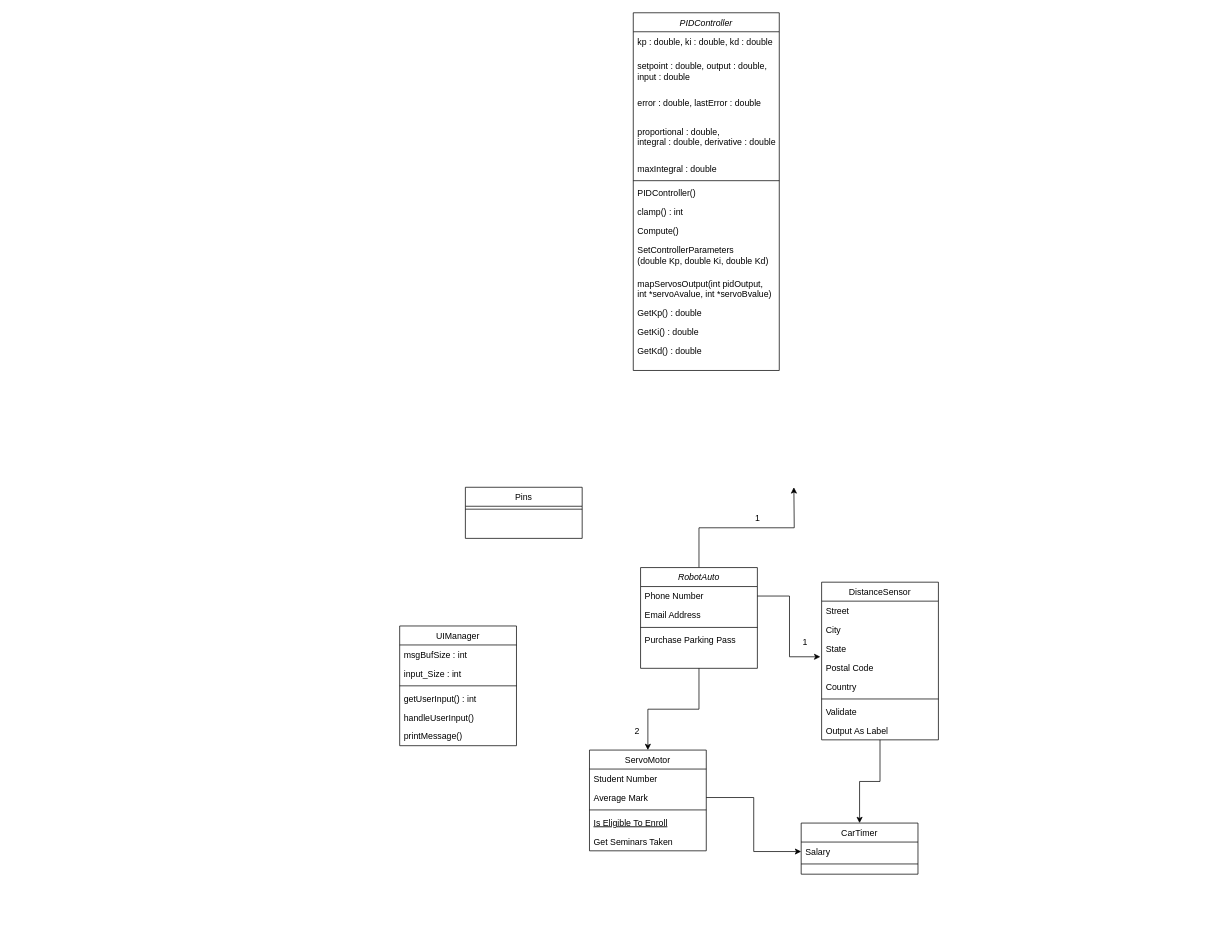
Earlier version of the draw.io diagram Embedded systems/Closed loop challenge/Closed Loop abstractielaag klassendiagram.drawio (TiemonS/Tiemon-Steeghs-Semester-3-Repository). Source tidied: cells renumbered, new cells numbered last; positions are measured from the earlier drawing's top-left corner, leaving out a move shared by most shapes. Both pictures are drawn from the tidied source at 73%, with x=0, y=0 at pixel (399, 12).
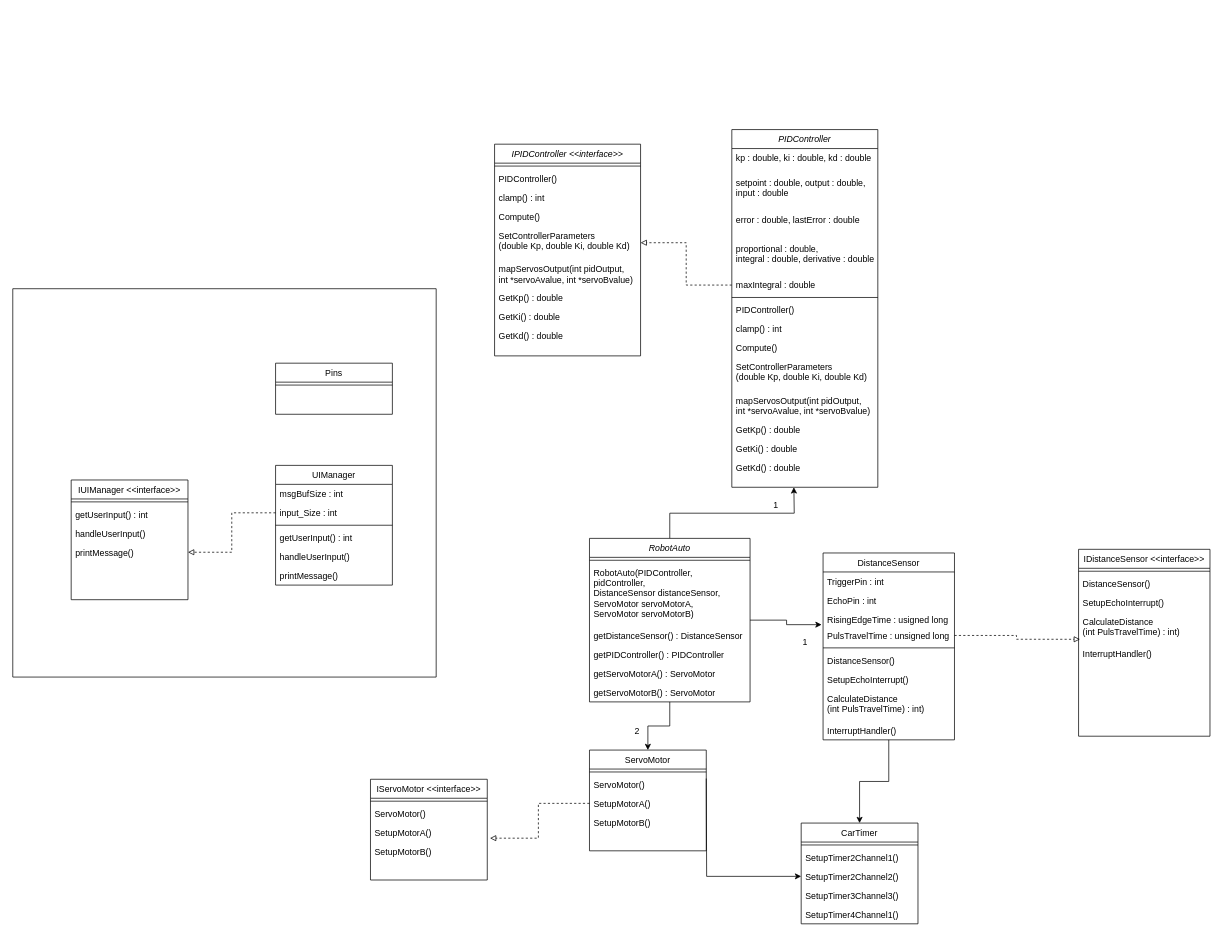
The same page after the edit.

Commit message (it also covers changes not shown here):
COM Sharing resources update code + documentatie

The change refers to these unchanged cells:
```xml
<mxCell id="7" value="maxIntegral : double" style="text;align=left;verticalAlign=top;spacingLeft=4;spacingRight=4;overflow=hidden;points=[[0,0.5],[1,0.5]];portConstraint=eastwest;rounded=0;shadow=0;html=0;" parent="2" vertex="1">
  <mxGeometry y="200" width="200" height="26" as="geometry" />
</mxCell>
<mxCell id="17" value="ServoMotor" style="swimlane;fontStyle=0;align=center;verticalAlign=top;horizontal=1;startSize=26;rounded=0;shadow=0;strokeWidth=1;" parent="1" vertex="1">
  <mxGeometry x="260" y="1010" width="160" height="138" as="geometry" />
</mxCell>
<mxCell id="39" value="input_Size : int" style="text;align=left;verticalAlign=top;spacingLeft=4;spacingRight=4;overflow=hidden;points=[[0,0.5],[1,0.5]];portConstraint=eastwest;rounded=0;shadow=0;html=0;" parent="37" vertex="1">
  <mxGeometry y="52" width="160" height="26" as="geometry" />
</mxCell>
```

Diff of the diagram source:
```diff
@@
     <mxCell id="2" value="PIDController" style="swimlane;fontStyle=2;align=center;verticalAlign=top;horizontal=1;startSize=26;rounded=0;shadow=0;strokeWidth=1;" parent="1" vertex="1">
-      <mxGeometry x="320" width="200" height="490" as="geometry" />
+      <mxGeometry x="455" y="160" width="200" height="490" as="geometry" />
     </mxCell>
@@
-    <mxCell id="18" value="Student Number" style="text;align=left;verticalAlign=top;spacingLeft=4;spacingRight=4;overflow=hidden;" parent="17" vertex="1">
-      <mxGeometry y="26" width="160" height="26" as="geometry" />
-    </mxCell>
-    <mxCell id="19" value="Average Mark" style="text;align=left;verticalAlign=top;spacingLeft=4;spacingRight=4;overflow=hidden;points=[[0,0.5],[1,0.5]];portConstraint=eastwest;rounded=0;shadow=0;html=0;" parent="17" vertex="1">
-      <mxGeometry y="52" width="160" height="26" as="geometry" />
-    </mxCell>
     <mxCell id="20" style="line;html=1;strokeWidth=1;align=left;verticalAlign=middle;spacingTop=-1;spacingLeft=3;spacingRight=3;labelPosition=right;" parent="17" vertex="1">
-      <mxGeometry y="78" width="160" height="8" as="geometry" />
+      <mxGeometry y="26" width="160" height="8" as="geometry" />
     </mxCell>
-    <mxCell id="21" value="Is Eligible To Enroll" style="text;align=left;verticalAlign=top;spacingLeft=4;spacingRight=4;overflow=hidden;fontStyle=4;" parent="17" vertex="1">
-      <mxGeometry y="86" width="160" height="26" as="geometry" />
+    <mxCell id="21" value="ServoMotor()" style="text;align=left;verticalAlign=top;spacingLeft=4;spacingRight=4;overflow=hidden;fontStyle=0;" parent="17" vertex="1">
+      <mxGeometry y="34" width="160" height="26" as="geometry" />
     </mxCell>
-    <mxCell id="22" value="Get Seminars Taken" style="text;align=left;verticalAlign=top;spacingLeft=4;spacingRight=4;overflow=hidden;points=[[0,0.5],[1,0.5]];portConstraint=eastwest;" parent="17" vertex="1">
-      <mxGeometry y="112" width="160" height="26" as="geometry" />
+    <mxCell id="22" value="SetupMotorA()" style="text;align=left;verticalAlign=top;spacingLeft=4;spacingRight=4;overflow=hidden;points=[[0,0.5],[1,0.5]];portConstraint=eastwest;" parent="17" vertex="1">
+      <mxGeometry y="60" width="160" height="26" as="geometry" />
     </mxCell>
+    <mxCell id="57" value="SetupMotorB()" style="text;align=left;verticalAlign=top;spacingLeft=4;spacingRight=4;overflow=hidden;" parent="17" vertex="1">
+      <mxGeometry y="86" width="160" height="26" as="geometry" />
+    </mxCell>
     <mxCell id="23" value="CarTimer" style="swimlane;fontStyle=0;align=center;verticalAlign=top;horizontal=1;startSize=26;rounded=0;shadow=0;strokeWidth=1;" parent="1" vertex="1">
-      <mxGeometry x="550" y="1110" width="160" height="70" as="geometry" />
+      <mxGeometry x="550" y="1110" width="160" height="138" as="geometry" />
     </mxCell>
-    <mxCell id="24" value="Salary" style="text;align=left;verticalAlign=top;spacingLeft=4;spacingRight=4;overflow=hidden;points=[[0,0.5],[1,0.5]];portConstraint=eastwest;" parent="23" vertex="1">
-      <mxGeometry y="26" width="160" height="26" as="geometry" />
-    </mxCell>
     <mxCell id="25" style="line;html=1;strokeWidth=1;align=left;verticalAlign=middle;spacingTop=-1;spacingLeft=3;spacingRight=3;labelPosition=right;" parent="23" vertex="1">
-      <mxGeometry y="52" width="160" height="8" as="geometry" />
+      <mxGeometry y="26" width="160" height="8" as="geometry" />
     </mxCell>
+    <mxCell id="58" value="SetupTimer2Channel1()" style="text;align=left;verticalAlign=top;spacingLeft=4;spacingRight=4;overflow=hidden;" parent="23" vertex="1">
+      <mxGeometry y="34" width="160" height="26" as="geometry" />
+    </mxCell>
+    <mxCell id="59" value="SetupTimer2Channel2()" style="text;align=left;verticalAlign=top;spacingLeft=4;spacingRight=4;overflow=hidden;points=[[0,0.5],[1,0.5]];portConstraint=eastwest;" parent="23" vertex="1">
+      <mxGeometry y="60" width="160" height="26" as="geometry" />
+    </mxCell>
+    <mxCell id="60" value="SetupTimer3Channel3()" style="text;align=left;verticalAlign=top;spacingLeft=4;spacingRight=4;overflow=hidden;" parent="23" vertex="1">
+      <mxGeometry y="86" width="160" height="26" as="geometry" />
+    </mxCell>
+    <mxCell id="61" value="SetupTimer4Channel1()" style="text;align=left;verticalAlign=top;spacingLeft=4;spacingRight=4;overflow=hidden;" parent="23" vertex="1">
+      <mxGeometry y="112" width="160" height="26" as="geometry" />
+    </mxCell>
@@
     <mxCell id="27" value="DistanceSensor" style="swimlane;fontStyle=0;align=center;verticalAlign=top;horizontal=1;startSize=26;rounded=0;shadow=0;strokeWidth=1;" parent="1" vertex="1">
-      <mxGeometry x="578" y="780" width="160" height="216" as="geometry" />
+      <mxGeometry x="580" y="740" width="180" height="256" as="geometry" />
     </mxCell>
-    <mxCell id="28" value="Street" style="text;align=left;verticalAlign=top;spacingLeft=4;spacingRight=4;overflow=hidden;" parent="27" vertex="1">
-      <mxGeometry y="26" width="160" height="26" as="geometry" />
+    <mxCell id="28" value="TriggerPin : int" style="text;align=left;verticalAlign=top;spacingLeft=4;spacingRight=4;overflow=hidden;" parent="27" vertex="1">
+      <mxGeometry y="26" width="180" height="26" as="geometry" />
     </mxCell>
-    <mxCell id="29" value="City" style="text;align=left;verticalAlign=top;spacingLeft=4;spacingRight=4;overflow=hidden;rounded=0;shadow=0;html=0;" parent="27" vertex="1">
-      <mxGeometry y="52" width="160" height="26" as="geometry" />
+    <mxCell id="29" value="EchoPin : int" style="text;align=left;verticalAlign=top;spacingLeft=4;spacingRight=4;overflow=hidden;rounded=0;shadow=0;html=0;" parent="27" vertex="1">
+      <mxGeometry y="52" width="180" height="26" as="geometry" />
     </mxCell>
-    <mxCell id="30" value="State" style="text;align=left;verticalAlign=top;spacingLeft=4;spacingRight=4;overflow=hidden;rounded=0;shadow=0;html=0;" parent="27" vertex="1">
-      <mxGeometry y="78" width="160" height="26" as="geometry" />
+    <mxCell id="30" value="RisingEdgeTime : usigned long" style="text;align=left;verticalAlign=top;spacingLeft=4;spacingRight=4;overflow=hidden;rounded=0;shadow=0;html=0;" parent="27" vertex="1">
+      <mxGeometry y="78" width="180" height="22" as="geometry" />
     </mxCell>
-    <mxCell id="31" value="Postal Code" style="text;align=left;verticalAlign=top;spacingLeft=4;spacingRight=4;overflow=hidden;points=[[0,0.5],[1,0.5]];portConstraint=eastwest;rounded=0;shadow=0;html=0;" parent="27" vertex="1">
-      <mxGeometry y="104" width="160" height="26" as="geometry" />
+    <mxCell id="31" value="PulsTravelTime : unsigned long" style="text;align=left;verticalAlign=top;spacingLeft=4;spacingRight=4;overflow=hidden;points=[[0,0.5],[1,0.5]];portConstraint=eastwest;rounded=0;shadow=0;html=0;" parent="27" vertex="1">
+      <mxGeometry y="100" width="180" height="26" as="geometry" />
     </mxCell>
-    <mxCell id="32" value="Country" style="text;align=left;verticalAlign=top;spacingLeft=4;spacingRight=4;overflow=hidden;rounded=0;shadow=0;html=0;" parent="27" vertex="1">
-      <mxGeometry y="130" width="160" height="26" as="geometry" />
-    </mxCell>
     <mxCell id="33" style="line;html=1;strokeWidth=1;align=left;verticalAlign=middle;spacingTop=-1;spacingLeft=3;spacingRight=3;labelPosition=right;" parent="27" vertex="1">
-      <mxGeometry y="156" width="160" height="8" as="geometry" />
+      <mxGeometry y="126" width="180" height="8" as="geometry" />
     </mxCell>
-    <mxCell id="34" value="Validate" style="text;align=left;verticalAlign=top;spacingLeft=4;spacingRight=4;overflow=hidden;" parent="27" vertex="1">
-      <mxGeometry y="164" width="160" height="26" as="geometry" />
+    <mxCell id="34" value="DistanceSensor()" style="text;align=left;verticalAlign=top;spacingLeft=4;spacingRight=4;overflow=hidden;" parent="27" vertex="1">
+      <mxGeometry y="134" width="180" height="26" as="geometry" />
     </mxCell>
-    <mxCell id="35" value="Output As Label" style="text;align=left;verticalAlign=top;spacingLeft=4;spacingRight=4;overflow=hidden;" parent="27" vertex="1">
-      <mxGeometry y="190" width="160" height="26" as="geometry" />
+    <mxCell id="35" value="SetupEchoInterrupt()" style="text;align=left;verticalAlign=top;spacingLeft=4;spacingRight=4;overflow=hidden;" parent="27" vertex="1">
+      <mxGeometry y="160" width="180" height="26" as="geometry" />
     </mxCell>
+    <mxCell id="62" value="CalculateDistance&#10;(int PulsTravelTime) : int)" style="text;align=left;verticalAlign=top;spacingLeft=4;spacingRight=4;overflow=hidden;" parent="27" vertex="1">
+      <mxGeometry y="186" width="180" height="44" as="geometry" />
+    </mxCell>
+    <mxCell id="63" value="InterruptHandler()" style="text;align=left;verticalAlign=top;spacingLeft=4;spacingRight=4;overflow=hidden;" parent="27" vertex="1">
+      <mxGeometry y="230" width="180" height="26" as="geometry" />
+    </mxCell>
-    <mxCell id="36" style="edgeStyle=orthogonalEdgeStyle;rounded=0;jettySize=auto;html=1;exitX=1;exitY=0.5;exitDx=0;exitDy=0;entryX=0;entryY=0.5;entryDx=0;entryDy=0;" parent="1" edge="1" source="19" target="24">
-      <mxGeometry relative="1" as="geometry" />
+    <mxCell id="36" style="edgeStyle=orthogonalEdgeStyle;rounded=0;jettySize=auto;html=1;exitX=1;exitY=0.5;exitDx=0;exitDy=0;entryX=0;entryY=0.5;entryDx=0;entryDy=0;" parent="1" edge="1" target="59">
+      <mxGeometry relative="1" as="geometry">
+        <mxPoint x="420" y="1049" as="sourcePoint" />
+      </mxGeometry>
     </mxCell>
     <mxCell id="37" value="UIManager" style="swimlane;fontStyle=0;align=center;verticalAlign=top;horizontal=1;startSize=26;rounded=0;shadow=0;strokeWidth=1;" parent="1" vertex="1">
-      <mxGeometry y="840" width="160" height="164" as="geometry" />
+      <mxGeometry x="-170" y="620" width="160" height="164" as="geometry" />
     </mxCell>
@@
     <mxCell id="44" value="Pins" style="swimlane;fontStyle=0;align=center;verticalAlign=top;horizontal=1;startSize=26;rounded=0;shadow=0;strokeWidth=1;" parent="1" vertex="1">
-      <mxGeometry x="90" y="650" width="160" height="70" as="geometry" />
+      <mxGeometry x="-170" y="480" width="160" height="70" as="geometry" />
     </mxCell>
@@
     <mxCell id="48" value="RobotAuto" style="swimlane;fontStyle=2;align=center;verticalAlign=top;horizontal=1;startSize=26;rounded=0;shadow=0;strokeWidth=1;" parent="1" vertex="1">
-      <mxGeometry x="330" y="760" width="160" height="138" as="geometry" />
+      <mxGeometry x="260" y="720" width="220" height="224" as="geometry" />
     </mxCell>
-    <mxCell id="49" value="Phone Number" style="text;align=left;verticalAlign=top;spacingLeft=4;spacingRight=4;overflow=hidden;points=[[0,0.5],[1,0.5]];portConstraint=eastwest;rounded=0;shadow=0;html=0;" parent="48" vertex="1">
-      <mxGeometry y="26" width="160" height="26" as="geometry" />
-    </mxCell>
-    <mxCell id="50" value="Email Address" style="text;align=left;verticalAlign=top;spacingLeft=4;spacingRight=4;overflow=hidden;rounded=0;shadow=0;html=0;" parent="48" vertex="1">
-      <mxGeometry y="52" width="160" height="26" as="geometry" />
-    </mxCell>
     <mxCell id="51" style="line;html=1;strokeWidth=1;align=left;verticalAlign=middle;spacingTop=-1;spacingLeft=3;spacingRight=3;labelPosition=right;" parent="48" vertex="1">
-      <mxGeometry y="78" width="160" height="8" as="geometry" />
+      <mxGeometry y="26" width="220" height="8" as="geometry" />
     </mxCell>
-    <mxCell id="52" value="Purchase Parking Pass" style="text;align=left;verticalAlign=top;spacingLeft=4;spacingRight=4;overflow=hidden;" parent="48" vertex="1">
-      <mxGeometry y="86" width="160" height="26" as="geometry" />
+    <mxCell id="52" value="RobotAuto(PIDController, &#10;pidController, &#10;DistanceSensor distanceSensor, &#10;ServoMotor servoMotorA, &#10;ServoMotor servoMotorB)" style="text;align=left;verticalAlign=top;spacingLeft=4;spacingRight=4;overflow=hidden;" parent="48" vertex="1">
+      <mxGeometry y="34" width="220" height="86" as="geometry" />
     </mxCell>
+    <mxCell id="64" value="getDistanceSensor() : DistanceSensor" style="text;align=left;verticalAlign=top;spacingLeft=4;spacingRight=4;overflow=hidden;fontStyle=0;" parent="48" vertex="1">
+      <mxGeometry y="120" width="220" height="26" as="geometry" />
+    </mxCell>
+    <mxCell id="65" value="getPIDController() : PIDController" style="text;align=left;verticalAlign=top;spacingLeft=4;spacingRight=4;overflow=hidden;fontStyle=0;" parent="48" vertex="1">
+      <mxGeometry y="146" width="220" height="26" as="geometry" />
+    </mxCell>
+    <mxCell id="66" value="getServoMotorA() : ServoMotor" style="text;align=left;verticalAlign=top;spacingLeft=4;spacingRight=4;overflow=hidden;fontStyle=0;" parent="48" vertex="1">
+      <mxGeometry y="172" width="220" height="26" as="geometry" />
+    </mxCell>
+    <mxCell id="67" value="getServoMotorB() : ServoMotor" style="text;align=left;verticalAlign=top;spacingLeft=4;spacingRight=4;overflow=hidden;fontStyle=0;" parent="48" vertex="1">
+      <mxGeometry y="198" width="220" height="26" as="geometry" />
+    </mxCell>
-    <mxCell id="53" style="edgeStyle=orthogonalEdgeStyle;rounded=0;jettySize=auto;html=1;exitX=1;exitY=0.5;exitDx=0;exitDy=0;entryX=-0.011;entryY=-0.069;entryDx=0;entryDy=0;entryPerimeter=0;" parent="1" edge="1" source="49" target="31">
+    <mxCell id="53" style="edgeStyle=orthogonalEdgeStyle;rounded=0;jettySize=auto;html=1;exitX=1;exitY=0.5;exitDx=0;exitDy=0;entryX=-0.011;entryY=-0.069;entryDx=0;entryDy=0;entryPerimeter=0;" parent="1" edge="1" source="48" target="31">
       <mxGeometry relative="1" as="geometry" />
     </mxCell>
@@
     <mxCell id="56" value="1" style="text;html=1;align=center;verticalAlign=middle;strokeColor=none;fillColor=none;" parent="1" vertex="1">
-      <mxGeometry x="475" y="678" width="30" height="30" as="geometry" />
+      <mxGeometry x="500" y="660" width="30" height="30" as="geometry" />
     </mxCell>
+    <mxCell id="68" value="IUIManager &lt;&lt;interface&gt;&gt;" style="swimlane;fontStyle=0;align=center;verticalAlign=top;horizontal=1;startSize=26;rounded=0;shadow=0;strokeWidth=1;" parent="1" vertex="1">
+      <mxGeometry x="-450" y="640" width="160" height="164" as="geometry" />
+    </mxCell>
+    <mxCell id="69" style="line;html=1;strokeWidth=1;align=left;verticalAlign=middle;spacingTop=-1;spacingLeft=3;spacingRight=3;labelPosition=right;" parent="68" vertex="1">
+      <mxGeometry y="26" width="160" height="8" as="geometry" />
+    </mxCell>
+    <mxCell id="70" value="getUserInput() : int" style="text;align=left;verticalAlign=top;spacingLeft=4;spacingRight=4;overflow=hidden;fontStyle=0;" parent="68" vertex="1">
+      <mxGeometry y="34" width="160" height="26" as="geometry" />
+    </mxCell>
+    <mxCell id="71" value="handleUserInput()" style="text;align=left;verticalAlign=top;spacingLeft=4;spacingRight=4;overflow=hidden;" parent="68" vertex="1">
+      <mxGeometry y="60" width="160" height="26" as="geometry" />
+    </mxCell>
+    <mxCell id="72" value="printMessage()" style="text;align=left;verticalAlign=top;spacingLeft=4;spacingRight=4;overflow=hidden;points=[[0,0.5],[1,0.5]];portConstraint=eastwest;" parent="68" vertex="1">
+      <mxGeometry y="86" width="160" height="26" as="geometry" />
+    </mxCell>
+    <mxCell id="73" style="edgeStyle=orthogonalEdgeStyle;rounded=0;jettySize=auto;html=1;exitX=0;exitY=0.5;exitDx=0;exitDy=0;entryX=1;entryY=0.5;entryDx=0;entryDy=0;dashed=1;endArrow=block;endFill=0;" parent="1" edge="1" source="39" target="72">
+      <mxGeometry relative="1" as="geometry" />
+    </mxCell>
+    <mxCell id="74" value="IPIDController &lt;&lt;interface&gt;&gt;" style="swimlane;fontStyle=2;align=center;verticalAlign=top;horizontal=1;startSize=26;rounded=0;shadow=0;strokeWidth=1;" parent="1" vertex="1">
+      <mxGeometry x="130" y="180" width="200" height="290" as="geometry" />
+    </mxCell>
+    <mxCell id="75" style="line;html=1;strokeWidth=1;align=left;verticalAlign=middle;spacingTop=-1;spacingLeft=3;spacingRight=3;labelPosition=right;" parent="74" vertex="1">
+      <mxGeometry y="26" width="200" height="8" as="geometry" />
+    </mxCell>
+    <mxCell id="76" value="PIDController()" style="text;align=left;verticalAlign=top;spacingLeft=4;spacingRight=4;overflow=hidden;" parent="74" vertex="1">
+      <mxGeometry y="34" width="200" height="26" as="geometry" />
+    </mxCell>
+    <mxCell id="77" value="clamp() : int" style="text;align=left;verticalAlign=top;spacingLeft=4;spacingRight=4;overflow=hidden;" parent="74" vertex="1">
+      <mxGeometry y="60" width="200" height="26" as="geometry" />
+    </mxCell>
+    <mxCell id="78" value="Compute()" style="text;align=left;verticalAlign=top;spacingLeft=4;spacingRight=4;overflow=hidden;" parent="74" vertex="1">
+      <mxGeometry y="86" width="200" height="26" as="geometry" />
+    </mxCell>
+    <mxCell id="79" value="SetControllerParameters&#10;(double Kp, double Ki, double Kd)" style="text;align=left;verticalAlign=top;spacingLeft=4;spacingRight=4;overflow=hidden;points=[[0,0.5],[1,0.5]];portConstraint=eastwest;" parent="74" vertex="1">
+      <mxGeometry y="112" width="200" height="46" as="geometry" />
+    </mxCell>
+    <mxCell id="80" value="mapServosOutput(int pidOutput, &#10;int *servoAvalue, int *servoBvalue)" style="text;align=left;verticalAlign=top;spacingLeft=4;spacingRight=4;overflow=hidden;" parent="74" vertex="1">
+      <mxGeometry y="158" width="200" height="40" as="geometry" />
+    </mxCell>
+    <mxCell id="81" value="GetKp() : double" style="text;align=left;verticalAlign=top;spacingLeft=4;spacingRight=4;overflow=hidden;" parent="74" vertex="1">
+      <mxGeometry y="198" width="200" height="26" as="geometry" />
+    </mxCell>
+    <mxCell id="82" value="GetKi() : double" style="text;align=left;verticalAlign=top;spacingLeft=4;spacingRight=4;overflow=hidden;" parent="74" vertex="1">
+      <mxGeometry y="224" width="200" height="26" as="geometry" />
+    </mxCell>
+    <mxCell id="83" value="GetKd() : double" style="text;align=left;verticalAlign=top;spacingLeft=4;spacingRight=4;overflow=hidden;" parent="74" vertex="1">
+      <mxGeometry y="250" width="200" height="26" as="geometry" />
+    </mxCell>
+    <mxCell id="84" style="edgeStyle=orthogonalEdgeStyle;rounded=0;jettySize=auto;html=1;exitX=0;exitY=0.5;exitDx=0;exitDy=0;entryX=1;entryY=0.5;entryDx=0;entryDy=0;dashed=1;endArrow=block;endFill=0;" parent="1" edge="1" source="7" target="79">
+      <mxGeometry relative="1" as="geometry" />
+    </mxCell>
+    <mxCell id="85" value="IServoMotor &lt;&lt;interface&gt;&gt;" style="swimlane;fontStyle=0;align=center;verticalAlign=top;horizontal=1;startSize=26;rounded=0;shadow=0;strokeWidth=1;" parent="1" vertex="1">
+      <mxGeometry x="-40" y="1050" width="160" height="138" as="geometry" />
+    </mxCell>
+    <mxCell id="86" style="line;html=1;strokeWidth=1;align=left;verticalAlign=middle;spacingTop=-1;spacingLeft=3;spacingRight=3;labelPosition=right;" parent="85" vertex="1">
+      <mxGeometry y="26" width="160" height="8" as="geometry" />
+    </mxCell>
+    <mxCell id="87" value="ServoMotor()" style="text;align=left;verticalAlign=top;spacingLeft=4;spacingRight=4;overflow=hidden;fontStyle=0;" parent="85" vertex="1">
+      <mxGeometry y="34" width="160" height="26" as="geometry" />
+    </mxCell>
+    <mxCell id="88" value="SetupMotorA()" style="text;align=left;verticalAlign=top;spacingLeft=4;spacingRight=4;overflow=hidden;points=[[0,0.5],[1,0.5]];portConstraint=eastwest;" parent="85" vertex="1">
+      <mxGeometry y="60" width="160" height="26" as="geometry" />
+    </mxCell>
+    <mxCell id="89" value="SetupMotorB()" style="text;align=left;verticalAlign=top;spacingLeft=4;spacingRight=4;overflow=hidden;" parent="85" vertex="1">
+      <mxGeometry y="86" width="160" height="26" as="geometry" />
+    </mxCell>
+    <mxCell id="90" style="edgeStyle=orthogonalEdgeStyle;rounded=0;jettySize=auto;html=1;exitX=0;exitY=0.5;exitDx=0;exitDy=0;entryX=1.023;entryY=0.796;entryDx=0;entryDy=0;entryPerimeter=0;dashed=1;endArrow=block;endFill=0;" parent="1" edge="1" source="22" target="88">
+      <mxGeometry relative="1" as="geometry" />
+    </mxCell>
+    <mxCell id="91" value="IDistanceSensor &lt;&lt;interface&gt;&gt;" style="swimlane;fontStyle=0;align=center;verticalAlign=top;horizontal=1;startSize=26;rounded=0;shadow=0;strokeWidth=1;" parent="1" vertex="1">
+      <mxGeometry x="930" y="735" width="180" height="256" as="geometry" />
+    </mxCell>
+    <mxCell id="92" style="line;html=1;strokeWidth=1;align=left;verticalAlign=middle;spacingTop=-1;spacingLeft=3;spacingRight=3;labelPosition=right;" parent="91" vertex="1">
+      <mxGeometry y="26" width="180" height="8" as="geometry" />
+    </mxCell>
+    <mxCell id="93" value="DistanceSensor()" style="text;align=left;verticalAlign=top;spacingLeft=4;spacingRight=4;overflow=hidden;" parent="91" vertex="1">
+      <mxGeometry y="34" width="180" height="26" as="geometry" />
+    </mxCell>
+    <mxCell id="94" value="SetupEchoInterrupt()" style="text;align=left;verticalAlign=top;spacingLeft=4;spacingRight=4;overflow=hidden;" parent="91" vertex="1">
+      <mxGeometry y="60" width="180" height="26" as="geometry" />
+    </mxCell>
+    <mxCell id="95" value="CalculateDistance&#10;(int PulsTravelTime) : int)" style="text;align=left;verticalAlign=top;spacingLeft=4;spacingRight=4;overflow=hidden;" parent="91" vertex="1">
+      <mxGeometry y="86" width="180" height="44" as="geometry" />
+    </mxCell>
+    <mxCell id="96" value="InterruptHandler()" style="text;align=left;verticalAlign=top;spacingLeft=4;spacingRight=4;overflow=hidden;points=[[0,0.5],[1,0.5]];portConstraint=eastwest;" parent="91" vertex="1">
+      <mxGeometry y="130" width="180" height="26" as="geometry" />
+    </mxCell>
+    <mxCell id="97" style="edgeStyle=orthogonalEdgeStyle;rounded=0;jettySize=auto;html=1;exitX=1;exitY=0.5;exitDx=0;exitDy=0;entryX=0.011;entryY=-0.26;entryDx=0;entryDy=0;entryPerimeter=0;dashed=1;endArrow=block;endFill=0;" parent="1" edge="1" source="31" target="96">
+      <mxGeometry relative="1" as="geometry" />
+    </mxCell>
+    <mxCell id="98" style="swimlane;startSize=0;" parent="1" vertex="1">
+      <mxGeometry x="-530" y="378" width="580" height="532" as="geometry" />
+    </mxCell>
```
